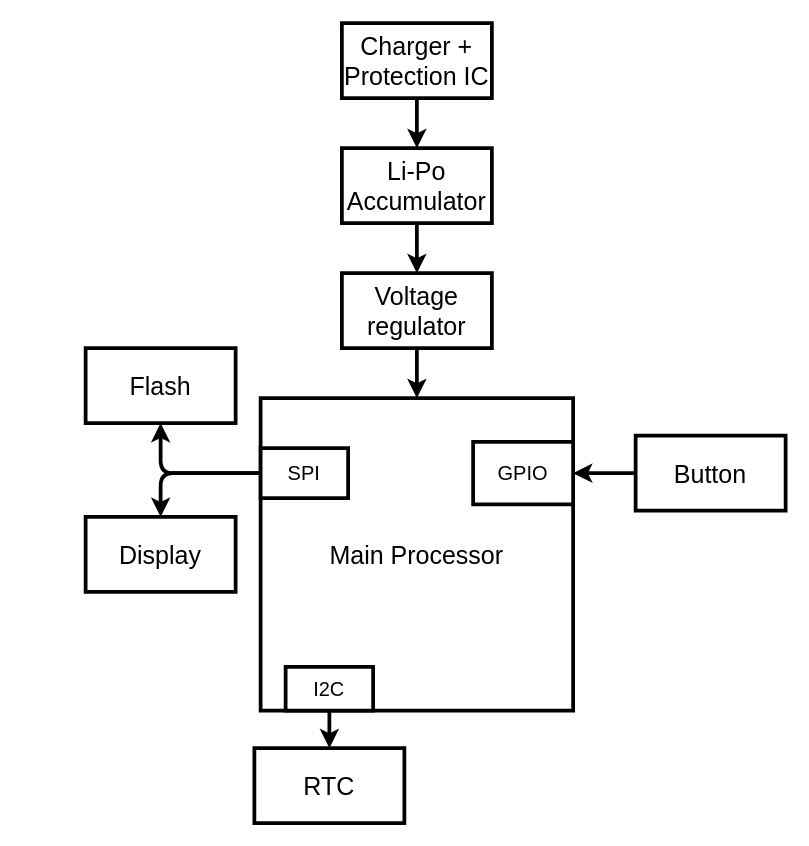
The draw.io diagram docs/diagrams/exports/hardware.drawio in kiemonbb/Citadel, before the edit. Source tidied: cells renumbered, new cells numbered last; positions are measured from the earlier drawing's top-left corner, leaving out a move shared by most shapes. Both pictures are drawn from the tidied source at 125%, with x=0, y=0 at pixel (85, 22).
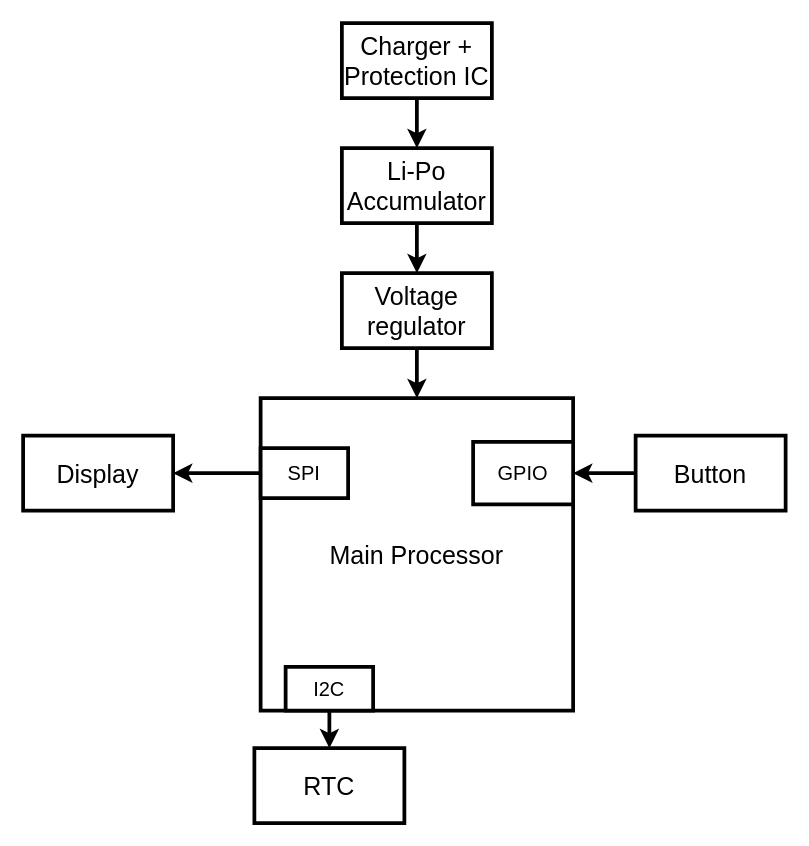
After the change.

Commit message (it also covers changes not shown here):
Update hardware diagram

The change refers to these unchanged cells:
```xml
<mxCell id="4" value="&lt;font style=&quot;font-size: 16px;&quot;&gt;SPI&lt;/font&gt;" style="rounded=0;whiteSpace=wrap;html=1;strokeWidth=3;" parent="1" vertex="1">
  <mxGeometry x="140" y="340" width="70" height="40" as="geometry" />
</mxCell>
```

Change to the diagram source:
```diff
@@
-    <mxCell id="3" style="edgeStyle=orthogonalEdgeStyle;rounded=1;jettySize=auto;html=1;strokeWidth=3;curved=0;" parent="1" edge="1" source="4" target="9">
-      <mxGeometry relative="1" as="geometry">
-        <Array as="points">
-          <mxPoint x="60" y="360" />
-        </Array>
-      </mxGeometry>
-    </mxCell>
@@
     <mxCell id="7" value="&lt;font style=&quot;font-size: 20px;&quot;&gt;Display&lt;/font&gt;" style="rounded=0;whiteSpace=wrap;html=1;strokeWidth=3;" parent="1" vertex="1">
-      <mxGeometry y="395" width="120" height="60" as="geometry" />
+      <mxGeometry x="-50" y="330" width="120" height="60" as="geometry" />
     </mxCell>
@@
-    <mxCell id="9" value="&lt;font style=&quot;font-size: 20px;&quot;&gt;Flash&lt;/font&gt;" style="rounded=0;whiteSpace=wrap;html=1;strokeWidth=3;" parent="1" vertex="1">
-      <mxGeometry y="260" width="120" height="60" as="geometry" />
-    </mxCell>
-    <mxCell id="10" style="endArrow=classic;html=1;rounded=1;exitX=0;exitY=0.5;exitDx=0;exitDy=0;entryX=0.5;entryY=0;entryDx=0;entryDy=0;curved=0;strokeWidth=3;" parent="1" edge="1" source="4" target="7">
-      <mxGeometry relative="1" as="geometry">
-        <Array as="points">
-          <mxPoint x="60" y="360" />
-        </Array>
-      </mxGeometry>
+    <mxCell id="10" style="endArrow=classic;html=1;rounded=1;exitX=0;exitY=0.5;exitDx=0;exitDy=0;curved=0;strokeWidth=3;entryX=1;entryY=0.5;entryDx=0;entryDy=0;" parent="1" edge="1" source="4" target="7">
+      <mxGeometry relative="1" as="geometry" />
     </mxCell>
```
